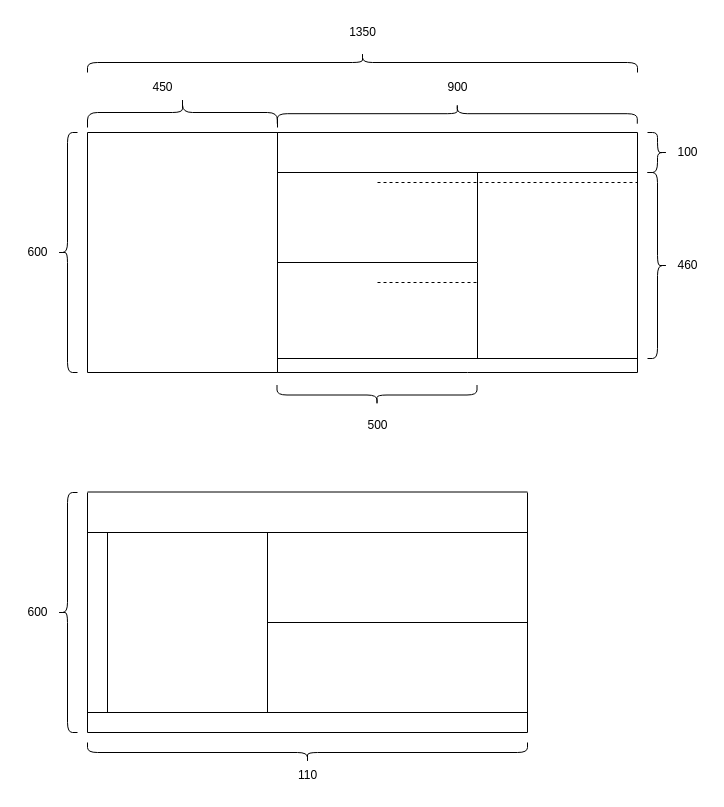
Earlier version of the draw.io diagram page "第 6 页" (6 of 6) of leveldb.drawio (liutimo/images_bed). Source tidied: cells renumbered, new cells numbered last; positions are measured from the earlier drawing's top-left corner, leaving out a move shared by most shapes. Both pictures are drawn from the tidied source at 100%, with x=0, y=0 at pixel (17, -67).
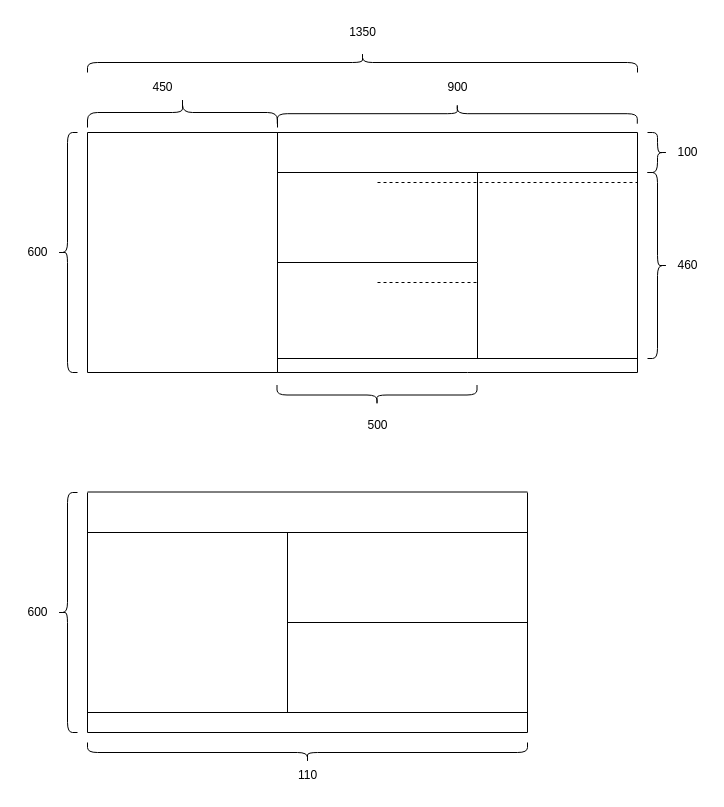
The same page after the edit.

What changed in the source:
```diff
@@
     <mxCell id="38" style="endArrow=none;html=1;rounded=0;" parent="1" edge="1">
       <mxGeometry relative="1" as="geometry">
-        <mxPoint x="250" y="779" as="sourcePoint" />
-        <mxPoint x="250" y="599" as="targetPoint" />
+        <mxPoint x="270" y="779" as="sourcePoint" />
+        <mxPoint x="270" y="599" as="targetPoint" />
       </mxGeometry>
     </mxCell>
     <mxCell id="39" style="endArrow=none;html=1;rounded=0;" parent="1" edge="1">
       <mxGeometry relative="1" as="geometry">
-        <mxPoint x="250" y="689" as="sourcePoint" />
+        <mxPoint x="270" y="689" as="sourcePoint" />
         <mxPoint x="510" y="689" as="targetPoint" />
       </mxGeometry>
     </mxCell>
@@
-    <mxCell id="44" style="endArrow=none;html=1;rounded=0;" parent="1" edge="1">
-      <mxGeometry relative="1" as="geometry">
-        <mxPoint x="90" y="779" as="sourcePoint" />
-        <mxPoint x="90" y="599" as="targetPoint" />
-      </mxGeometry>
-    </mxCell>
```
